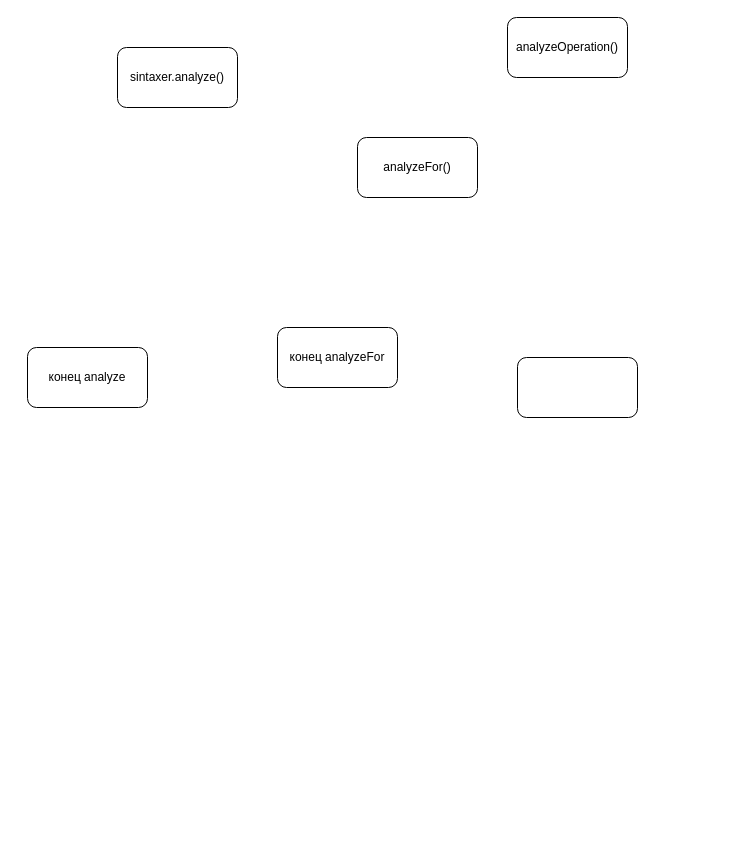
Before: syntaxer/syntaxer.drawio in mr-V-I-k-t-O-r/compiler, a draw.io diagram. Source tidied: cells renumbered, new cells numbered last; positions are measured from the earlier drawing's top-left corner, leaving out a move shared by most shapes. Both pictures are drawn from the tidied source at 100%, with x=0, y=0 at pixel (27, 17).
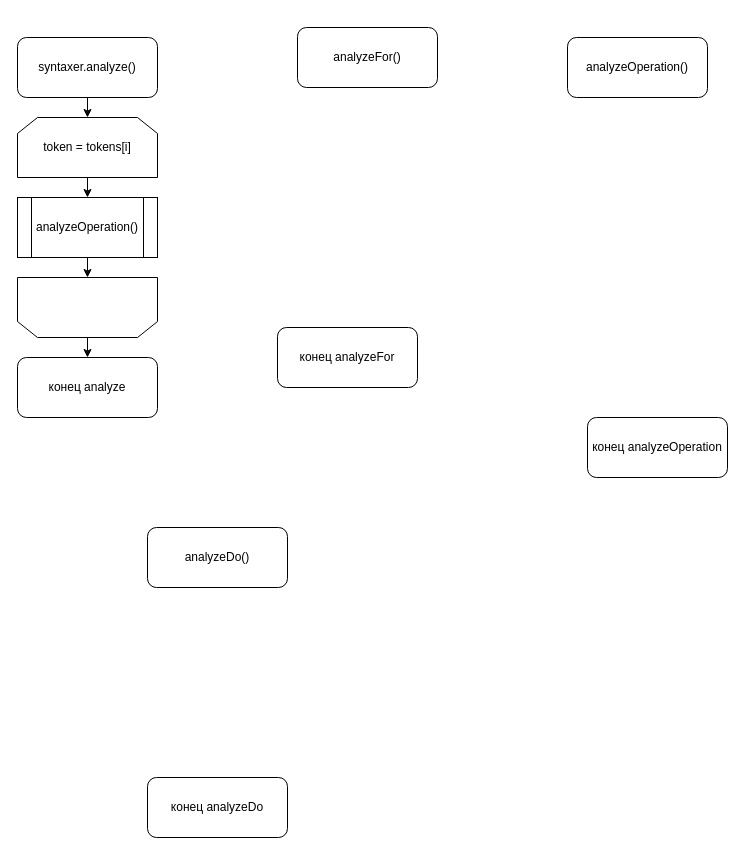
After the change.

The edit, as a diff of the source:
```diff
@@
 <mxGraphModel>
   <root>
     <mxCell id="0" />
     <mxCell id="1" parent="0" />
     <mxCell id="2" value="analyzeOperation()" style="rounded=1;whiteSpace=wrap;html=1;" parent="1" vertex="1">
-      <mxGeometry x="480" width="120" height="60" as="geometry" />
+      <mxGeometry x="540" y="20" width="140" height="60" as="geometry" />
     </mxCell>
     <mxCell id="3" value="конец analyze" style="rounded=1;whiteSpace=wrap;html=1;" parent="1" vertex="1">
-      <mxGeometry y="330" width="120" height="60" as="geometry" />
+      <mxGeometry x="-10" y="340" width="140" height="60" as="geometry" />
     </mxCell>
+    <mxCell id="8" style="edgeStyle=none;html=1;" parent="1" edge="1" source="4" target="12">
+      <mxGeometry relative="1" as="geometry" />
+    </mxCell>
-    <mxCell id="4" value="sintaxer.analyze()" style="rounded=1;whiteSpace=wrap;html=1;" parent="1" vertex="1">
-      <mxGeometry x="90" y="30" width="120" height="60" as="geometry" />
+    <mxCell id="4" value="syntaxer.analyze()" style="rounded=1;whiteSpace=wrap;html=1;" parent="1" vertex="1">
+      <mxGeometry x="-10" y="20" width="140" height="60" as="geometry" />
     </mxCell>
-    <mxCell id="5" style="rounded=1;whiteSpace=wrap;html=1;" parent="1" vertex="1">
-      <mxGeometry x="490" y="340" width="120" height="60" as="geometry" />
+    <mxCell id="5" value="конец analyzeOperation" style="rounded=1;whiteSpace=wrap;html=1;" parent="1" vertex="1">
+      <mxGeometry x="560" y="400" width="140" height="60" as="geometry" />
     </mxCell>
     <mxCell id="6" value="конец analyzeFor" style="rounded=1;whiteSpace=wrap;html=1;" parent="1" vertex="1">
-      <mxGeometry x="250" y="310" width="120" height="60" as="geometry" />
+      <mxGeometry x="250" y="310" width="140" height="60" as="geometry" />
     </mxCell>
     <mxCell id="7" value="analyzeFor()" style="rounded=1;whiteSpace=wrap;html=1;" parent="1" vertex="1">
-      <mxGeometry x="330" y="120" width="120" height="60" as="geometry" />
+      <mxGeometry x="270" y="10" width="140" height="60" as="geometry" />
     </mxCell>
+    <mxCell id="9" style="edgeStyle=none;html=1;" parent="1" edge="1" source="10" target="3">
+      <mxGeometry relative="1" as="geometry" />
+    </mxCell>
+    <mxCell id="10" style="shape=loopLimit;whiteSpace=wrap;html=1;rotation=-180;" parent="1" vertex="1">
+      <mxGeometry x="-10" y="260" width="140" height="60" as="geometry" />
+    </mxCell>
+    <mxCell id="11" style="edgeStyle=none;html=1;" parent="1" edge="1" source="12" target="14">
+      <mxGeometry relative="1" as="geometry" />
+    </mxCell>
+    <mxCell id="12" value="token = tokens[i]" style="shape=loopLimit;whiteSpace=wrap;html=1;" parent="1" vertex="1">
+      <mxGeometry x="-10" y="100" width="140" height="60" as="geometry" />
+    </mxCell>
+    <mxCell id="13" style="edgeStyle=none;html=1;" parent="1" edge="1" source="14" target="10">
+      <mxGeometry relative="1" as="geometry" />
+    </mxCell>
+    <mxCell id="14" value="analyzeOperation()" style="shape=process;whiteSpace=wrap;html=1;backgroundOutline=1;" parent="1" vertex="1">
+      <mxGeometry x="-10" y="180" width="140" height="60" as="geometry" />
+    </mxCell>
+    <mxCell id="15" value="конец analyzeDo" style="rounded=1;whiteSpace=wrap;html=1;" parent="1" vertex="1">
+      <mxGeometry x="120" y="760" width="140" height="60" as="geometry" />
+    </mxCell>
+    <mxCell id="16" value="analyzeDo()" style="rounded=1;whiteSpace=wrap;html=1;" parent="1" vertex="1">
+      <mxGeometry x="120" y="510" width="140" height="60" as="geometry" />
+    </mxCell>
   </root>
 </mxGraphModel>
```
